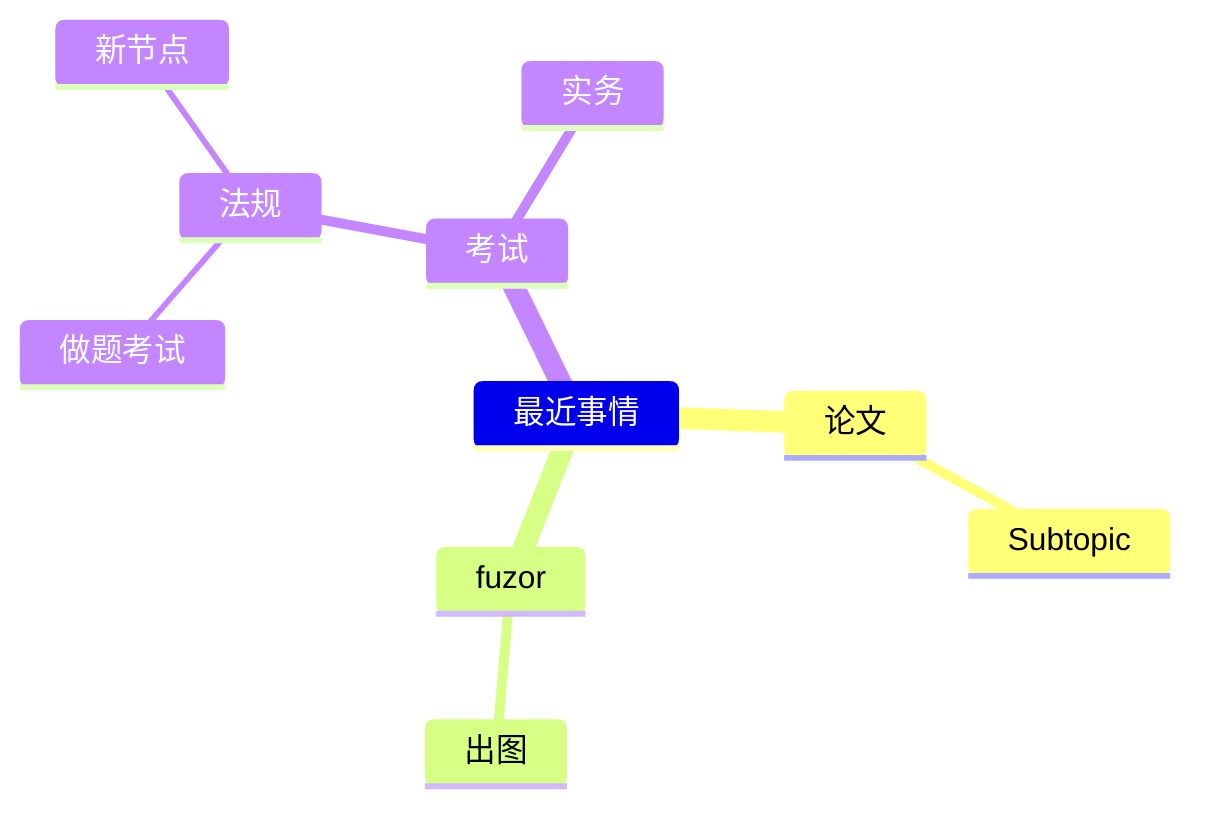
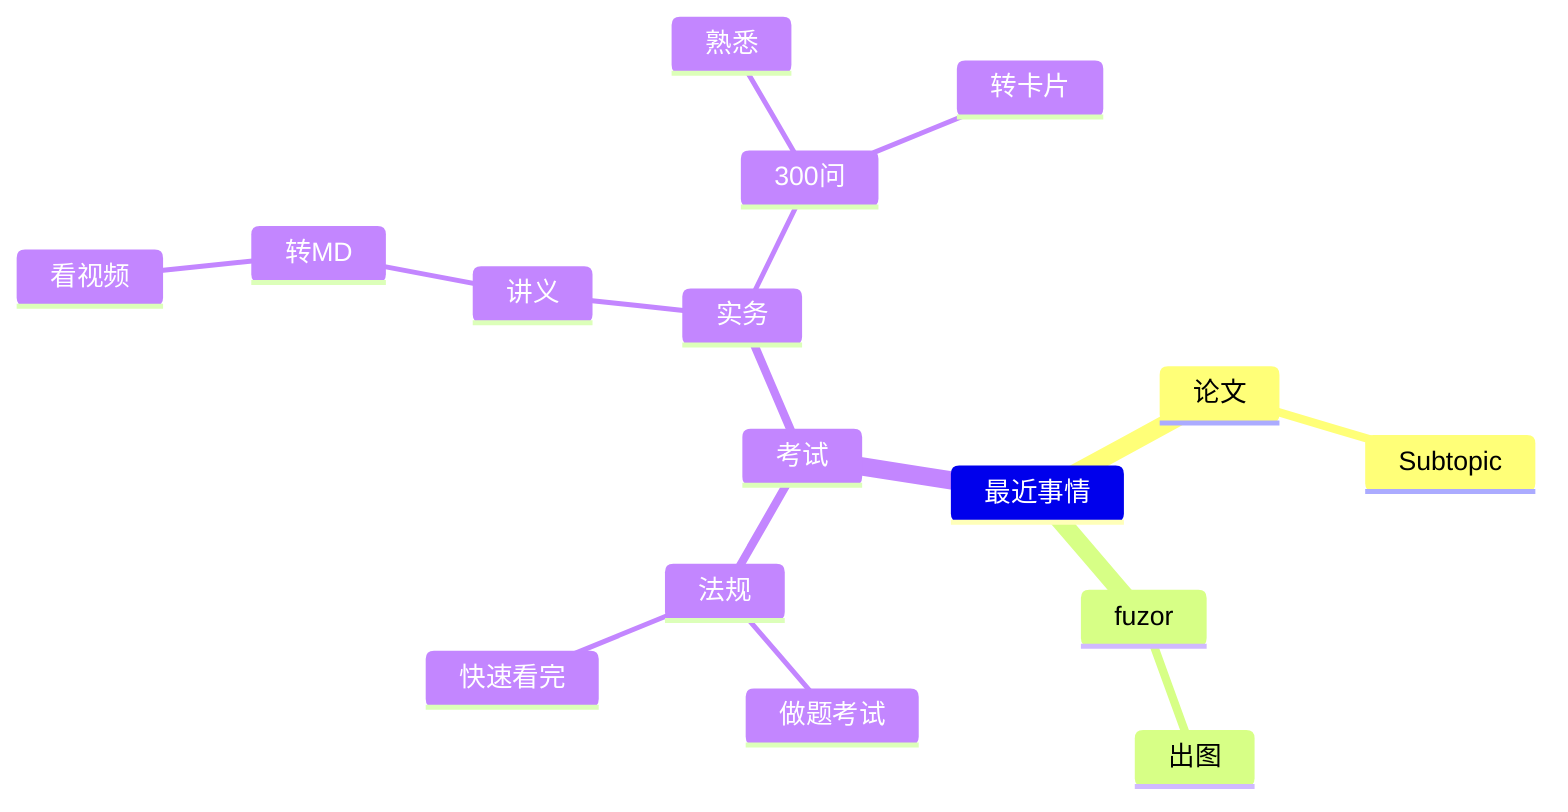
mindmap
  最近事情
    论文
      Subtopic
    fuzor
      出图
    考试
      法规
        做题考试
-         新节点
+         快速看完
      实务
+         讲义
+           转MD
+             看视频
+         300问
+           熟悉
+           转卡片
